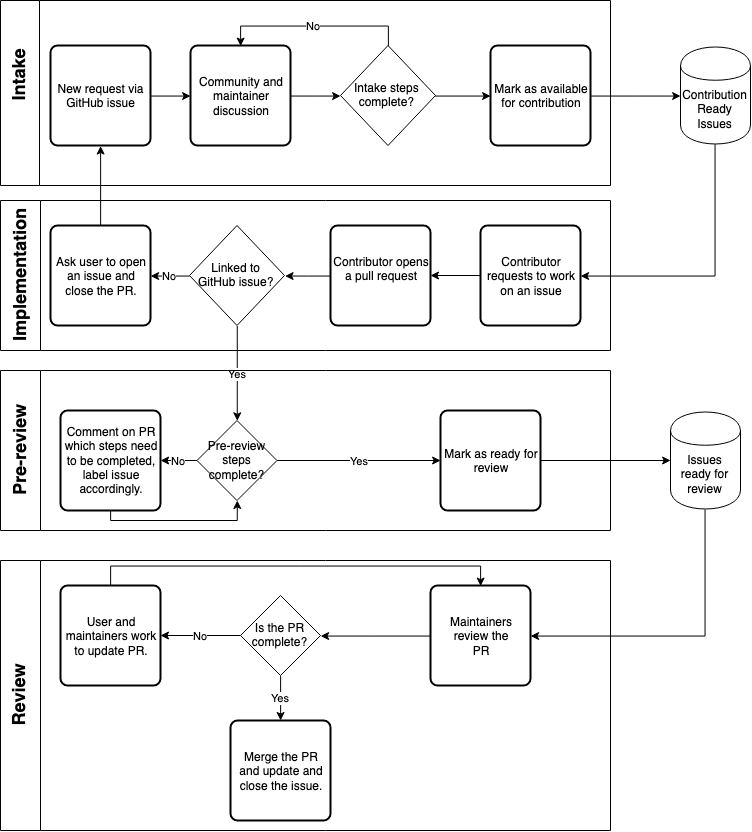
The draw.io diagram proposals/contrib-guide-high-level.png in kdaily/aws-cli, before a commit. Source tidied: cells renumbered, new cells last; positions are measured from the earlier drawing's top-left corner, leaving out a move shared by most shapes.
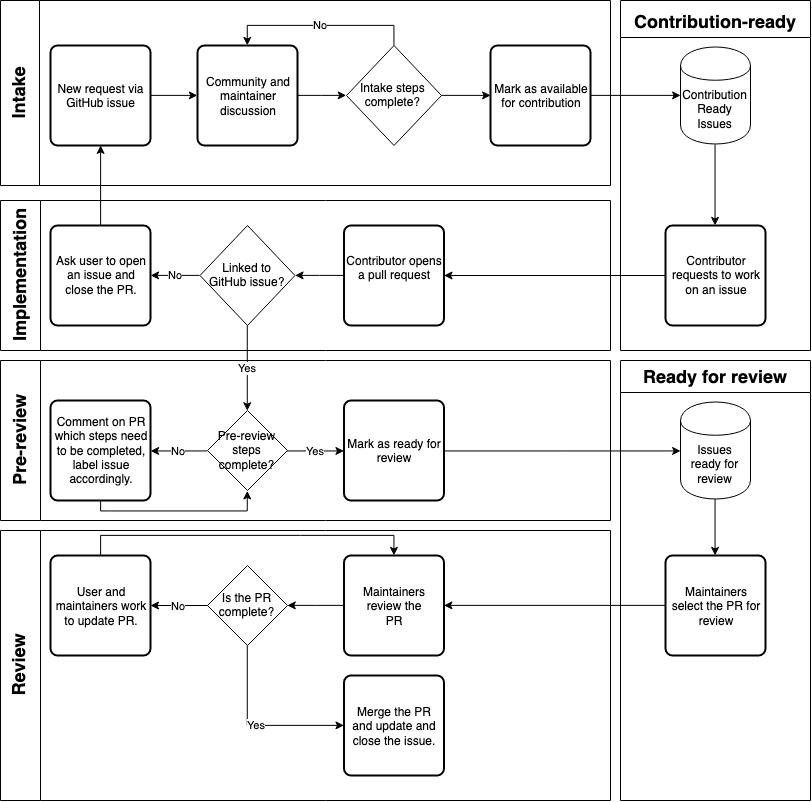
The same diagram one commit later.

Change to the diagram source:
```diff
@@ -11,10 +11,10 @@
       <mxGeometry x="62" width="610" height="185" as="geometry" />
     </mxCell>
     <mxCell id="4" value="&lt;div&gt;Intake steps&lt;/div&gt;&lt;div&gt;complete?&lt;/div&gt;" style="shape=rhombus;html=1;dashed=0;whitespace=wrap;perimeter=rhombusPerimeter;" parent="3" vertex="1">
-      <mxGeometry x="340" y="45" width="95" height="100" as="geometry" />
+      <mxGeometry x="346" y="45" width="95" height="100" as="geometry" />
     </mxCell>
     <mxCell id="5" value="Community and maintainer discussion" style="rounded=1;whiteSpace=wrap;html=1;absoluteArcSize=1;arcSize=14;strokeWidth=2;" parent="3" vertex="1">
-      <mxGeometry x="190" y="45" width="100" height="100" as="geometry" />
+      <mxGeometry x="197" y="45" width="100" height="100" as="geometry" />
     </mxCell>
     <mxCell id="6" value="No" style="edgeStyle=orthogonalEdgeStyle;rounded=0;jettySize=auto;html=1;entryX=0.5;entryY=0;entryDx=0;entryDy=0;exitX=0.5;exitY=0;exitDx=0;exitDy=0;" parent="3" edge="1" source="4" target="5">
       <mxGeometry relative="1" as="geometry" />
@@ -29,22 +29,16 @@
       <mxGeometry y="65" width="40" height="20" as="geometry" />
     </mxCell>
     <mxCell id="10" value="&lt;div&gt;Linked to&lt;/div&gt;&lt;div&gt;GitHub issue?&lt;/div&gt;" style="shape=rhombus;html=1;dashed=0;whitespace=wrap;perimeter=rhombusPerimeter;" parent="8" vertex="1">
-      <mxGeometry x="189" y="25" width="95" height="100" as="geometry" />
+      <mxGeometry x="199.5" y="25" width="95" height="100" as="geometry" />
     </mxCell>
-    <mxCell id="11" value="Contributor requests to work on an issue" style="rounded=1;whiteSpace=wrap;html=1;absoluteArcSize=1;arcSize=14;strokeWidth=2;" parent="8" vertex="1">
-      <mxGeometry x="480" y="25" width="100" height="100" as="geometry" />
-    </mxCell>
     <mxCell id="12" value="Contributor opens a pull request" style="rounded=1;whiteSpace=wrap;html=1;absoluteArcSize=1;arcSize=14;strokeWidth=2;" parent="8" vertex="1">
-      <mxGeometry x="330" y="25" width="100" height="100" as="geometry" />
+      <mxGeometry x="343.5" y="25" width="100" height="100" as="geometry" />
     </mxCell>
-    <mxCell id="13" style="edgeStyle=orthogonalEdgeStyle;rounded=0;jettySize=auto;html=1;" parent="8" edge="1" source="11" target="12">
-      <mxGeometry relative="1" as="geometry" />
-    </mxCell>
     <mxCell id="14" style="edgeStyle=orthogonalEdgeStyle;rounded=0;jettySize=auto;html=1;entryX=1;entryY=0.5;entryDx=0;entryDy=0;" parent="8" edge="1" source="12" target="10">
       <mxGeometry relative="1" as="geometry" />
     </mxCell>
     <mxCell id="15" style="swimlane;startSize=40;direction=north;" parent="1" vertex="1">
-      <mxGeometry x="62" y="560" width="610" height="270" as="geometry" />
+      <mxGeometry x="62" y="530" width="610" height="270" as="geometry" />
     </mxCell>
     <mxCell id="16" value="&lt;font style=&quot;font-size: 18px&quot;&gt;&lt;b&gt;Review&lt;/b&gt;&lt;/font&gt;" style="text;html=1;strokeColor=none;fillColor=none;align=center;verticalAlign=middle;whiteSpace=wrap;rounded=0;rotation=-90;" parent="15" vertex="1">
       <mxGeometry y="125" width="40" height="20" as="geometry" />
@@ -53,9 +47,9 @@
       <mxGeometry relative="1" as="geometry" />
     </mxCell>
     <mxCell id="18" value="&lt;div&gt;Maintainers review the&lt;/div&gt;&lt;div&gt;PR&lt;br&gt;&lt;/div&gt;" style="rounded=1;whiteSpace=wrap;html=1;absoluteArcSize=1;arcSize=14;strokeWidth=2;" parent="15" vertex="1">
-      <mxGeometry x="430" y="25" width="100" height="100" as="geometry" />
+      <mxGeometry x="343.5" y="25" width="100" height="100" as="geometry" />
     </mxCell>
-    <mxCell id="19" value="Yes" style="edgeStyle=orthogonalEdgeStyle;rounded=0;jettySize=auto;html=1;entryX=0.5;entryY=0;entryDx=0;entryDy=0;exitX=0.5;exitY=1;exitDx=0;exitDy=0;" parent="15" edge="1" source="24" target="22">
+    <mxCell id="19" value="Yes" style="edgeStyle=orthogonalEdgeStyle;rounded=0;jettySize=auto;html=1;entryX=0;entryY=0.5;entryDx=0;entryDy=0;exitX=0.5;exitY=1;exitDx=0;exitDy=0;" parent="15" edge="1" source="24" target="22">
       <mxGeometry relative="1" as="geometry" />
     </mxCell>
     <mxCell id="20" style="edgeStyle=orthogonalEdgeStyle;rounded=0;jettySize=auto;html=1;entryX=0.5;entryY=0;entryDx=0;entryDy=0;exitX=0.5;exitY=0;exitDx=0;exitDy=0;" parent="15" edge="1" source="21" target="18">
@@ -67,16 +61,16 @@
       </mxGeometry>
     </mxCell>
     <mxCell id="21" value="User and maintainers work to update PR." style="rounded=1;whiteSpace=wrap;html=1;absoluteArcSize=1;arcSize=14;strokeWidth=2;" parent="15" vertex="1">
-      <mxGeometry x="60" y="25" width="100" height="100" as="geometry" />
+      <mxGeometry x="50" y="25" width="100" height="100" as="geometry" />
     </mxCell>
     <mxCell id="22" value="Merge the PR and update and close the issue." style="rounded=1;whiteSpace=wrap;html=1;absoluteArcSize=1;arcSize=14;strokeWidth=2;" parent="15" vertex="1">
-      <mxGeometry x="230" y="160" width="100" height="100" as="geometry" />
+      <mxGeometry x="343.5" y="145" width="100" height="100" as="geometry" />
     </mxCell>
     <mxCell id="23" value="No" style="edgeStyle=orthogonalEdgeStyle;rounded=0;jettySize=auto;html=1;" parent="15" edge="1" source="24" target="21">
       <mxGeometry relative="1" as="geometry" />
     </mxCell>
     <mxCell id="24" value="Is the PR complete?" style="rhombus;whiteSpace=wrap;html=1;" parent="15" vertex="1">
-      <mxGeometry x="240" y="35" width="80" height="80" as="geometry" />
+      <mxGeometry x="207" y="35" width="80" height="80" as="geometry" />
     </mxCell>
     <mxCell id="25" style="edgeStyle=orthogonalEdgeStyle;rounded=0;jettySize=auto;html=1;exitX=0.5;exitY=0;exitDx=0;exitDy=0;entryX=0.5;entryY=1;entryDx=0;entryDy=0;" parent="1" edge="1" source="27" target="37">
       <mxGeometry relative="1" as="geometry" />
@@ -91,7 +85,7 @@
       <mxGeometry relative="1" as="geometry" />
     </mxCell>
     <mxCell id="29" style="swimlane;startSize=40;direction=north;" parent="1" vertex="1">
-      <mxGeometry x="62" y="370" width="610" height="160" as="geometry" />
+      <mxGeometry x="62" y="360" width="610" height="160" as="geometry" />
     </mxCell>
     <mxCell id="30" value="&lt;font style=&quot;font-size: 18px&quot;&gt;&lt;b&gt;Pre-review&lt;/b&gt;&lt;/font&gt;" style="text;html=1;strokeColor=none;fillColor=none;align=center;verticalAlign=middle;whiteSpace=wrap;rounded=0;rotation=-90;" parent="29" vertex="1">
       <mxGeometry x="-62.5" y="70" width="165" height="20" as="geometry" />
@@ -105,19 +99,25 @@
       </mxGeometry>
     </mxCell>
     <mxCell id="32" value="Comment on PR which steps need to be completed, label issue accordingly." style="rounded=1;whiteSpace=wrap;html=1;absoluteArcSize=1;arcSize=14;strokeWidth=2;" parent="29" vertex="1">
-      <mxGeometry x="60" y="40" width="100" height="100" as="geometry" />
+      <mxGeometry x="50" y="40" width="100" height="100" as="geometry" />
     </mxCell>
     <mxCell id="33" value="No" style="edgeStyle=orthogonalEdgeStyle;rounded=0;jettySize=auto;html=1;entryX=1;entryY=0.5;entryDx=0;entryDy=0;exitX=0;exitY=0.5;exitDx=0;exitDy=0;" parent="29" edge="1" source="34" target="32">
       <mxGeometry relative="1" as="geometry" />
     </mxCell>
     <mxCell id="34" value="Pre-review steps complete?" style="rhombus;whiteSpace=wrap;html=1;" parent="29" vertex="1">
-      <mxGeometry x="196.5" y="50" width="80" height="80" as="geometry" />
+      <mxGeometry x="207" y="50" width="80" height="80" as="geometry" />
     </mxCell>
+    <mxCell id="42" value="Mark as ready for review" style="rounded=1;whiteSpace=wrap;html=1;absoluteArcSize=1;arcSize=14;strokeWidth=2;" parent="29" vertex="1">
+      <mxGeometry x="343.5" y="40" width="100" height="100" as="geometry" />
+    </mxCell>
+    <mxCell id="40" value="Yes" style="edgeStyle=orthogonalEdgeStyle;rounded=0;jettySize=auto;html=1;entryX=0;entryY=0.5;entryDx=0;entryDy=0;" parent="29" edge="1" source="34" target="42">
+      <mxGeometry relative="1" as="geometry" />
+    </mxCell>
-    <mxCell id="35" style="edgeStyle=orthogonalEdgeStyle;rounded=0;jettySize=auto;html=1;entryX=1;entryY=0.5;entryDx=0;entryDy=0;exitX=0.5;exitY=1;exitDx=0;exitDy=0;" parent="1" edge="1" source="47" target="11">
+    <mxCell id="35" style="edgeStyle=orthogonalEdgeStyle;rounded=0;jettySize=auto;html=1;entryX=0.5;entryY=0;entryDx=0;entryDy=0;exitX=0.5;exitY=1;exitDx=0;exitDy=0;" parent="1" edge="1" source="47" target="11">
       <mxGeometry relative="1" as="geometry" />
     </mxCell>
     <mxCell id="36" value="&lt;font style=&quot;font-size: 18px&quot;&gt;&lt;b&gt;Intake&lt;/b&gt;&lt;/font&gt;" style="text;html=1;strokeColor=none;fillColor=none;align=center;verticalAlign=middle;whiteSpace=wrap;rounded=0;rotation=-90;" parent="1" vertex="1">
-      <mxGeometry x="37" y="65" width="90" height="20" as="geometry" />
+      <mxGeometry x="37" y="82.5" width="90" height="20" as="geometry" />
     </mxCell>
     <mxCell id="37" value="&lt;div&gt;New request via&lt;/div&gt;&lt;div&gt; GitHub issue&lt;/div&gt;" style="rounded=1;whiteSpace=wrap;html=1;absoluteArcSize=1;arcSize=14;strokeWidth=2;" parent="1" vertex="1">
       <mxGeometry x="112" y="45" width="100" height="100" as="geometry" />
@@ -128,21 +128,6 @@
     <mxCell id="39" style="edgeStyle=orthogonalEdgeStyle;rounded=0;jettySize=auto;html=1;entryX=0;entryY=0.5;entryDx=0;entryDy=0;exitX=1;exitY=0.5;exitDx=0;exitDy=0;" parent="1" edge="1" source="4" target="45">
       <mxGeometry relative="1" as="geometry" />
     </mxCell>
-    <mxCell id="40" value="Yes" style="edgeStyle=orthogonalEdgeStyle;rounded=0;jettySize=auto;html=1;entryX=0;entryY=0.5;entryDx=0;entryDy=0;" parent="1" edge="1" source="34" target="42">
-      <mxGeometry relative="1" as="geometry" />
-    </mxCell>
-    <mxCell id="41" style="edgeStyle=orthogonalEdgeStyle;rounded=0;jettySize=auto;html=1;entryX=1;entryY=0.5;entryDx=0;entryDy=0;exitX=0.5;exitY=1;exitDx=0;exitDy=0;" parent="1" edge="1" source="44" target="18">
-      <mxGeometry relative="1" as="geometry" />
-    </mxCell>
-    <mxCell id="42" value="Mark as ready for review" style="rounded=1;whiteSpace=wrap;html=1;absoluteArcSize=1;arcSize=14;strokeWidth=2;" parent="1" vertex="1">
-      <mxGeometry x="502" y="410" width="100" height="100" as="geometry" />
-    </mxCell>
-    <mxCell id="43" style="edgeStyle=orthogonalEdgeStyle;rounded=0;jettySize=auto;html=1;entryX=0;entryY=0.5;entryDx=0;entryDy=0;" parent="1" edge="1" source="42" target="44">
-      <mxGeometry relative="1" as="geometry" />
-    </mxCell>
-    <mxCell id="44" value="Issues ready for review" style="shape=cylinder;whiteSpace=wrap;html=1;boundedLbl=1;backgroundOutline=1;" parent="1" vertex="1">
-      <mxGeometry x="732" y="411.5" width="70" height="97" as="geometry" />
-    </mxCell>
     <mxCell id="45" value="Mark as available for contribution" style="rounded=1;whiteSpace=wrap;html=1;absoluteArcSize=1;arcSize=14;strokeWidth=2;" parent="1" vertex="1">
       <mxGeometry x="552" y="45" width="100" height="100" as="geometry" />
     </mxCell>
@@ -152,5 +137,38 @@
     <mxCell id="47" value="Contribution Ready Issues" style="shape=cylinder;whiteSpace=wrap;html=1;boundedLbl=1;backgroundOutline=1;" parent="1" vertex="1">
       <mxGeometry x="742" y="46.5" width="70" height="97" as="geometry" />
     </mxCell>
+    <mxCell id="11" value="Contributor requests to work on an issue" style="rounded=1;whiteSpace=wrap;html=1;absoluteArcSize=1;arcSize=14;strokeWidth=2;" parent="1" vertex="1">
+      <mxGeometry x="727" y="225" width="100" height="100" as="geometry" />
+    </mxCell>
+    <mxCell id="13" style="edgeStyle=orthogonalEdgeStyle;rounded=0;jettySize=auto;html=1;" parent="1" edge="1" source="11" target="12">
+      <mxGeometry relative="1" as="geometry" />
+    </mxCell>
+    <mxCell id="48" style="swimlane;startSize=37;" parent="1" vertex="1">
+      <mxGeometry x="682" width="190" height="350" as="geometry" />
+    </mxCell>
+    <mxCell id="49" value="&lt;font style=&quot;font-size: 18px&quot;&gt;Contribution-ready&lt;/font&gt;" style="text;strokeColor=none;fillColor=none;html=1;fontSize=24;fontStyle=1;verticalAlign=middle;align=center;" parent="48" vertex="1">
+      <mxGeometry x="45" width="100" height="40" as="geometry" />
+    </mxCell>
+    <mxCell id="43" style="edgeStyle=orthogonalEdgeStyle;rounded=0;jettySize=auto;html=1;entryX=0;entryY=0.5;entryDx=0;entryDy=0;" parent="1" edge="1" source="42" target="44">
+      <mxGeometry relative="1" as="geometry" />
+    </mxCell>
+    <mxCell id="50" style="swimlane;startSize=32;" parent="1" vertex="1">
+      <mxGeometry x="682" y="360" width="190" height="440" as="geometry" />
+    </mxCell>
+    <mxCell id="51" value="&lt;font style=&quot;font-size: 18px&quot;&gt;Ready for review&lt;br&gt;&lt;/font&gt;" style="text;strokeColor=none;fillColor=none;html=1;fontSize=24;fontStyle=1;verticalAlign=middle;align=center;" parent="50" vertex="1">
+      <mxGeometry x="45" y="-5" width="100" height="40" as="geometry" />
+    </mxCell>
+    <mxCell id="52" value="&lt;div&gt;Maintainers select the PR for review&lt;/div&gt;" style="rounded=1;whiteSpace=wrap;html=1;absoluteArcSize=1;arcSize=14;strokeWidth=2;" parent="50" vertex="1">
+      <mxGeometry x="45" y="195" width="100" height="100" as="geometry" />
+    </mxCell>
+    <mxCell id="44" value="Issues ready for review" style="shape=cylinder;whiteSpace=wrap;html=1;boundedLbl=1;backgroundOutline=1;" parent="50" vertex="1">
+      <mxGeometry x="60" y="41.5" width="70" height="97" as="geometry" />
+    </mxCell>
+    <mxCell id="41" style="edgeStyle=orthogonalEdgeStyle;rounded=0;jettySize=auto;html=1;entryX=0.5;entryY=0;entryDx=0;entryDy=0;exitX=0.5;exitY=1;exitDx=0;exitDy=0;" parent="50" edge="1" source="44" target="52">
+      <mxGeometry relative="1" as="geometry" />
+    </mxCell>
+    <mxCell id="53" style="edgeStyle=orthogonalEdgeStyle;rounded=0;jettySize=auto;html=1;entryX=1;entryY=0.5;entryDx=0;entryDy=0;" parent="1" edge="1" source="52" target="18">
+      <mxGeometry relative="1" as="geometry" />
+    </mxCell>
   </root>
 </mxGraphModel>
```
